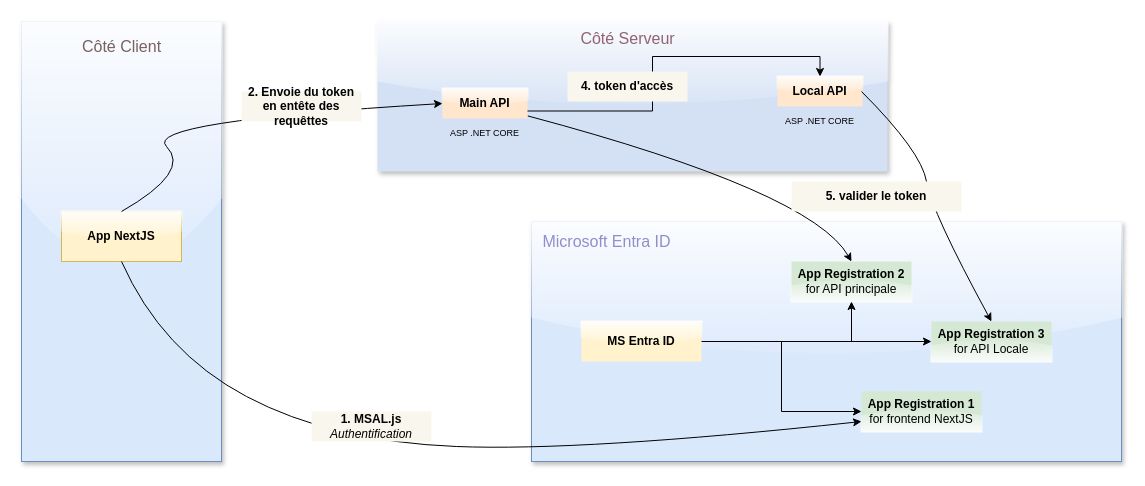
Before: page "Architecture_Auth_Azure_AD_Multi_Apps" (2 of 2) of Conception_DSF.drawio in Michelle-Ngami/Conception_DSF, a draw.io diagram. Source tidied: cells renumbered, new cells numbered last; positions are measured from the earlier drawing's top-left corner, leaving out a move shared by most shapes. Both pictures are drawn from the tidied source at 100%, with x=0, y=0 at pixel (21, 21).
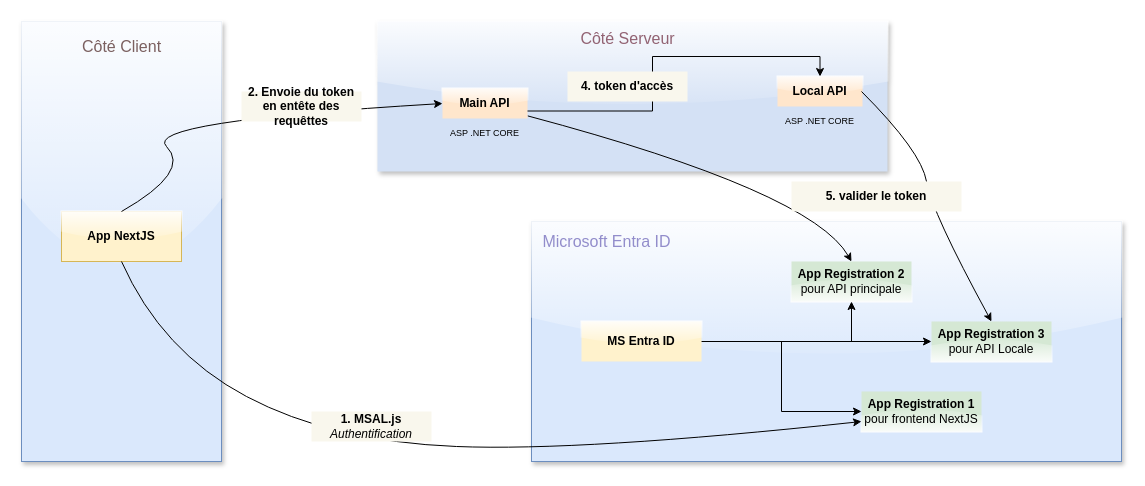
The same diagram, later.

The edit, as a diff of the source:
```diff
@@
-    <mxCell id="16" value="&lt;b&gt;App Registration 3&lt;/b&gt;&lt;div&gt;for API Locale&lt;/div&gt;" style="rounded=0;whiteSpace=wrap;html=1;flipV=1;fillColor=#d5e8d4;strokeColor=none;glass=1;" parent="1" vertex="1">
+    <mxCell id="16" value="&lt;b&gt;App Registration 3&lt;/b&gt;&lt;div&gt;pour API Locale&lt;/div&gt;" style="rounded=0;whiteSpace=wrap;html=1;flipV=1;fillColor=#d5e8d4;strokeColor=none;glass=1;" parent="1" vertex="1">
       <mxGeometry x="910" y="300" width="120" height="40" as="geometry" />
     </mxCell>
-    <mxCell id="17" value="&lt;b&gt;App Registration 2&lt;/b&gt;&lt;div&gt;for API principale&lt;/div&gt;" style="rounded=0;whiteSpace=wrap;html=1;flipV=1;fillColor=#d5e8d4;strokeColor=none;glass=1;" parent="1" vertex="1">
+    <mxCell id="17" value="&lt;b&gt;App Registration 2&lt;/b&gt;&lt;div&gt;pour API principale&lt;/div&gt;" style="rounded=0;whiteSpace=wrap;html=1;flipV=1;fillColor=#d5e8d4;strokeColor=none;glass=1;" parent="1" vertex="1">
       <mxGeometry x="770" y="240" width="120" height="40" as="geometry" />
     </mxCell>
-    <mxCell id="18" value="&lt;b&gt;App Registration 1&lt;/b&gt;&lt;div&gt;for frontend NextJS&lt;/div&gt;" style="rounded=0;whiteSpace=wrap;html=1;flipV=1;fillColor=#d5e8d4;strokeColor=none;glass=1;" parent="1" vertex="1">
+    <mxCell id="18" value="&lt;b&gt;App Registration 1&lt;/b&gt;&lt;div&gt;pour frontend NextJS&lt;/div&gt;" style="rounded=0;whiteSpace=wrap;html=1;flipV=1;fillColor=#d5e8d4;strokeColor=none;glass=1;" parent="1" vertex="1">
       <mxGeometry x="840" y="370" width="120" height="40" as="geometry" />
     </mxCell>
```
